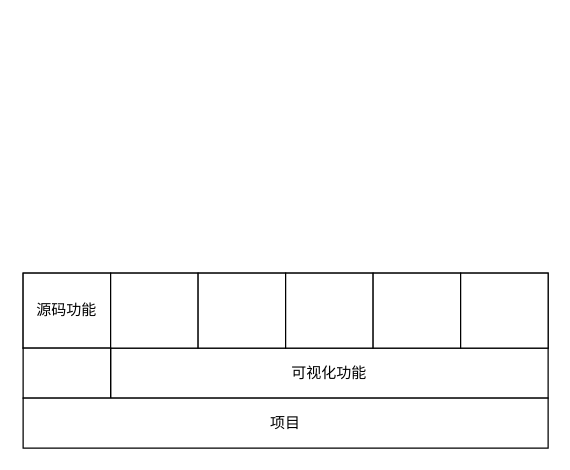
Above: 低代码——需求分析——可视化编程需求.drawio in tangyaosimida/love (draw.io), before the change. Source tidied: cells renumbered, new cells numbered last; positions are measured from the earlier drawing's top-left corner, leaving out a move shared by most shapes. Both pictures are drawn from the tidied source at 125%, with x=0, y=0 at pixel (22, 272).
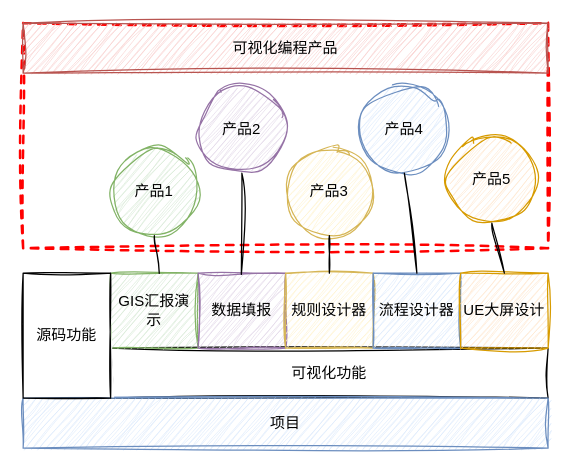
Above is the later version.

Commit message (it also covers changes not shown here):
更新低代码——需求分析——可视化编程需求.drawio

The edit, as a diff of the source:
```diff
@@
-    <mxCell id="2" style="rounded=0;whiteSpace=wrap;html=1;" parent="1" vertex="1">
-      <mxGeometry width="420" height="60" as="geometry" />
-    </mxCell>
+    <mxCell id="12" style="rounded=0;whiteSpace=wrap;html=1;dashed=1;strokeWidth=2;strokeColor=#FF0000;fillColor=none;sketch=1;curveFitting=1;jiggle=2;" parent="1" vertex="1">
+      <mxGeometry y="-200" width="420" height="180" as="geometry" />
+    </mxCell>
+    <mxCell id="13" value="可视化编程产品" style="rounded=0;whiteSpace=wrap;html=1;strokeColor=#b85450;fillColor=#f8cecc;sketch=1;curveFitting=1;jiggle=2;" parent="1" vertex="1">
+      <mxGeometry y="-200" width="420" height="40" as="geometry" />
+    </mxCell>
-    <mxCell id="3" value="可视化功能" style="rounded=0;whiteSpace=wrap;html=1;" parent="1" vertex="1">
+    <mxCell id="3" value="可视化功能" style="rounded=0;whiteSpace=wrap;html=1;sketch=1;curveFitting=1;jiggle=2;" parent="1" vertex="1">
       <mxGeometry x="70" y="60" width="350" height="40" as="geometry" />
     </mxCell>
-    <mxCell id="4" value="源码功能" style="rounded=0;whiteSpace=wrap;html=1;" parent="1" vertex="1">
-      <mxGeometry width="70" height="60" as="geometry" />
-    </mxCell>
-    <mxCell id="5" style="rounded=0;whiteSpace=wrap;html=1;" parent="1" vertex="1">
+    <mxCell id="5" value="GIS汇报演示" style="rounded=0;whiteSpace=wrap;html=1;sketch=1;curveFitting=1;jiggle=2;fillColor=#d5e8d4;strokeColor=#82b366;" parent="1" vertex="1">
       <mxGeometry x="70" width="70" height="60" as="geometry" />
     </mxCell>
-    <mxCell id="6" style="rounded=0;whiteSpace=wrap;html=1;" parent="1" vertex="1">
+    <mxCell id="6" value="数据填报" style="rounded=0;whiteSpace=wrap;html=1;sketch=1;curveFitting=1;jiggle=2;fillColor=#e1d5e7;strokeColor=#9673a6;" parent="1" vertex="1">
       <mxGeometry x="140" width="70" height="60" as="geometry" />
     </mxCell>
-    <mxCell id="7" style="rounded=0;whiteSpace=wrap;html=1;" parent="1" vertex="1">
+    <mxCell id="7" value="规则设计器" style="rounded=0;whiteSpace=wrap;html=1;sketch=1;curveFitting=1;jiggle=2;fillColor=#fff2cc;strokeColor=#d6b656;" parent="1" vertex="1">
       <mxGeometry x="210" width="70" height="60" as="geometry" />
     </mxCell>
-    <mxCell id="8" style="rounded=0;whiteSpace=wrap;html=1;" parent="1" vertex="1">
+    <mxCell id="8" value="流程设计器" style="rounded=0;whiteSpace=wrap;html=1;sketch=1;curveFitting=1;jiggle=2;fillColor=#dae8fc;strokeColor=#6c8ebf;" parent="1" vertex="1">
       <mxGeometry x="280" width="70" height="60" as="geometry" />
     </mxCell>
-    <mxCell id="9" style="rounded=0;whiteSpace=wrap;html=1;" parent="1" vertex="1">
+    <mxCell id="9" value="UE大屏设计" style="rounded=0;whiteSpace=wrap;html=1;sketch=1;curveFitting=1;jiggle=2;fillColor=#ffe6cc;strokeColor=#d79b00;" parent="1" vertex="1">
       <mxGeometry x="350" width="70" height="60" as="geometry" />
     </mxCell>
-    <mxCell id="10" style="rounded=0;whiteSpace=wrap;html=1;" parent="1" vertex="1">
-      <mxGeometry y="60" width="70" height="40" as="geometry" />
-    </mxCell>
-    <mxCell id="11" value="项目" style="rounded=0;whiteSpace=wrap;html=1;" parent="1" vertex="1">
+    <mxCell id="11" value="项目" style="rounded=0;whiteSpace=wrap;html=1;fillColor=#dae8fc;strokeColor=#6c8ebf;sketch=1;curveFitting=1;jiggle=2;" parent="1" vertex="1">
       <mxGeometry y="100" width="420" height="40" as="geometry" />
     </mxCell>
+    <mxCell id="14" value="产品1" style="ellipse;whiteSpace=wrap;html=1;sketch=1;curveFitting=1;jiggle=2;fillColor=#d5e8d4;strokeColor=#82b366;" parent="1" vertex="1">
+      <mxGeometry x="70" y="-100" width="70" height="70" as="geometry" />
+    </mxCell>
+    <mxCell id="15" value="产品2" style="ellipse;whiteSpace=wrap;html=1;sketch=1;curveFitting=1;jiggle=2;fillColor=#e1d5e7;strokeColor=#9673a6;" parent="1" vertex="1">
+      <mxGeometry x="140" y="-150" width="70" height="70" as="geometry" />
+    </mxCell>
+    <mxCell id="16" value="产品3" style="ellipse;whiteSpace=wrap;html=1;sketch=1;curveFitting=1;jiggle=2;fillColor=#fff2cc;strokeColor=#d6b656;" parent="1" vertex="1">
+      <mxGeometry x="210" y="-100" width="70" height="70" as="geometry" />
+    </mxCell>
+    <mxCell id="17" value="产品4" style="ellipse;whiteSpace=wrap;html=1;sketch=1;curveFitting=1;jiggle=2;fillColor=#dae8fc;strokeColor=#6c8ebf;" parent="1" vertex="1">
+      <mxGeometry x="270" y="-150" width="70" height="70" as="geometry" />
+    </mxCell>
+    <mxCell id="18" value="产品5" style="ellipse;whiteSpace=wrap;html=1;sketch=1;curveFitting=1;jiggle=2;fillColor=#ffe6cc;strokeColor=#d79b00;" parent="1" vertex="1">
+      <mxGeometry x="340" y="-110" width="70" height="70" as="geometry" />
+    </mxCell>
+    <mxCell id="19" style="endArrow=none;html=1;rounded=0;entryX=0.556;entryY=0.003;entryDx=0;entryDy=0;entryPerimeter=0;exitX=0.5;exitY=1;exitDx=0;exitDy=0;sketch=1;curveFitting=1;jiggle=2;" parent="1" edge="1" source="14" target="5">
+      <mxGeometry relative="1" as="geometry" />
+    </mxCell>
+    <mxCell id="20" style="endArrow=none;html=1;rounded=0;entryX=0.494;entryY=0.016;entryDx=0;entryDy=0;entryPerimeter=0;exitX=0.5;exitY=1;exitDx=0;exitDy=0;sketch=1;curveFitting=1;jiggle=2;" parent="1" edge="1" source="15" target="6">
+      <mxGeometry relative="1" as="geometry" />
+    </mxCell>
+    <mxCell id="21" style="endArrow=none;html=1;rounded=0;exitX=0.5;exitY=1;exitDx=0;exitDy=0;sketch=1;curveFitting=1;jiggle=2;" parent="1" edge="1" source="16">
+      <mxGeometry relative="1" as="geometry">
+        <mxPoint x="245" as="targetPoint" />
+      </mxGeometry>
+    </mxCell>
+    <mxCell id="22" style="endArrow=none;html=1;rounded=0;exitX=0.5;exitY=1;exitDx=0;exitDy=0;entryX=0.5;entryY=0;entryDx=0;entryDy=0;sketch=1;curveFitting=1;jiggle=2;" parent="1" edge="1" source="17" target="8">
+      <mxGeometry relative="1" as="geometry" />
+    </mxCell>
+    <mxCell id="23" style="endArrow=none;html=1;rounded=0;exitX=0.5;exitY=1;exitDx=0;exitDy=0;entryX=0.5;entryY=0;entryDx=0;entryDy=0;sketch=1;curveFitting=1;jiggle=2;" parent="1" edge="1" source="18" target="9">
+      <mxGeometry relative="1" as="geometry" />
+    </mxCell>
+    <mxCell id="4" value="源码功能" style="rounded=0;whiteSpace=wrap;html=1;sketch=1;curveFitting=1;jiggle=2;" parent="1" vertex="1">
+      <mxGeometry width="70" height="100" as="geometry" />
+    </mxCell>
```
